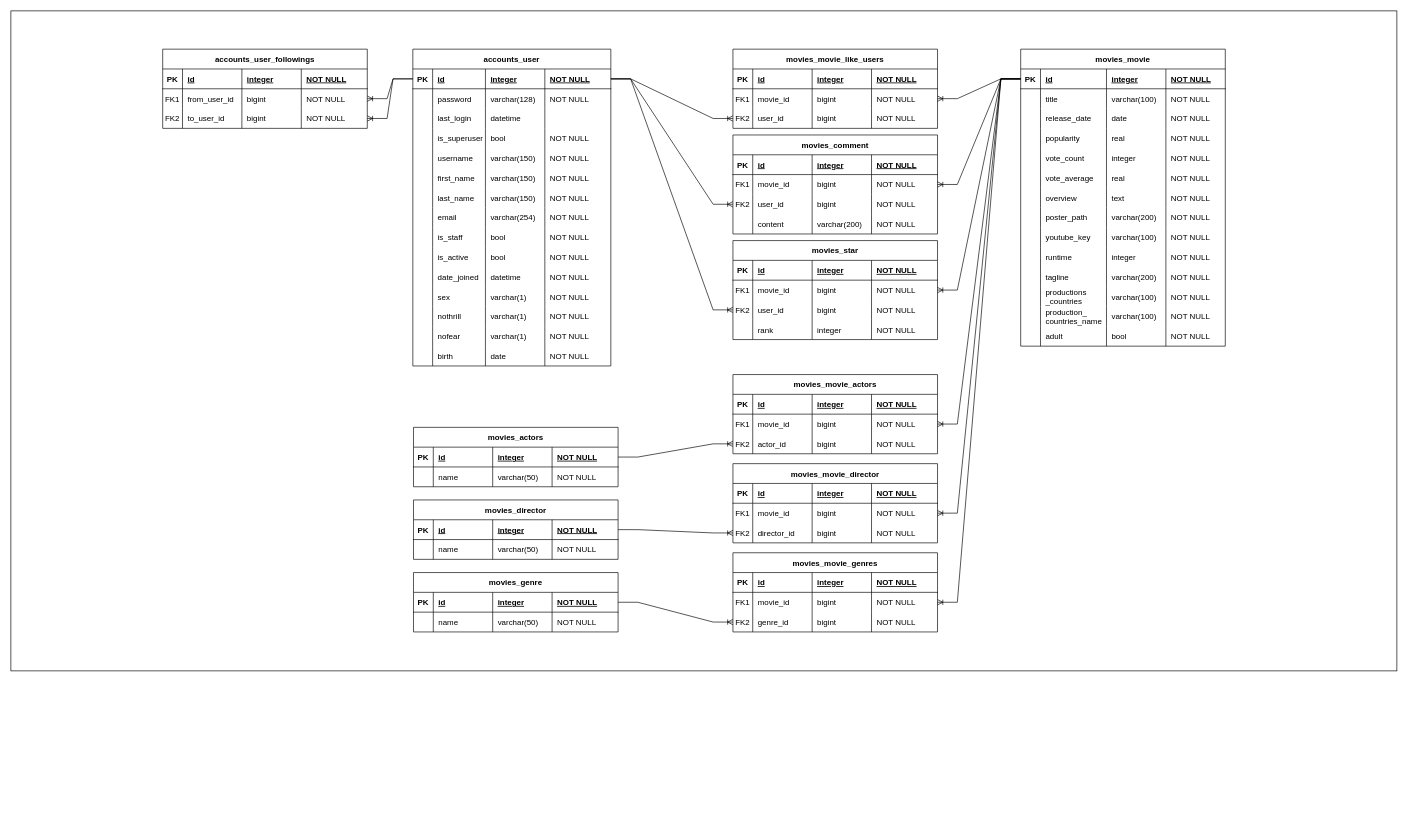
Earlier version of the draw.io diagram README/data/DB structure.drawio (Songkira/Movie). Source tidied: cells renumbered, new cells numbered last; positions are measured from the earlier drawing's top-left corner, leaving out a move shared by most shapes. Both pictures are drawn from the tidied source at 66%, with x=0, y=0 at pixel (11, 11).
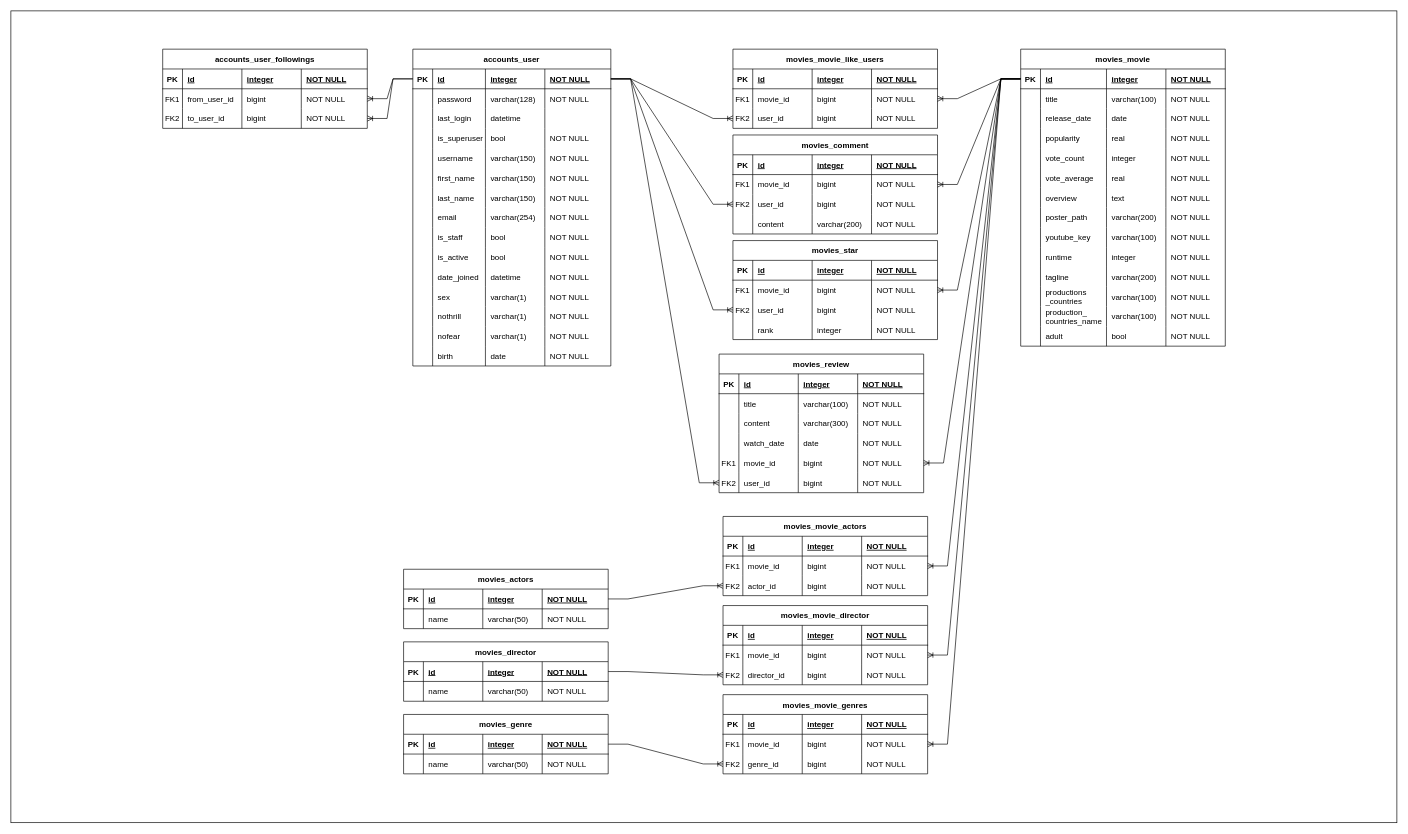
The same diagram, later.

The change refers to these unchanged cells:
```xml
<mxCell id="5" style="shape=tableRow;horizontal=0;startSize=0;swimlaneHead=0;swimlaneBody=0;fillColor=none;points=[[0,0.5],[1,0.5]];portConstraint=eastwest;top=0;left=0;right=0;bottom=1;" parent="4" vertex="1">
  <mxGeometry y="30" width="300" height="30" as="geometry" />
</mxCell>
<mxCell id="97" style="shape=tableRow;horizontal=0;startSize=0;swimlaneHead=0;swimlaneBody=0;fillColor=none;points=[[0,0.5],[1,0.5]];portConstraint=eastwest;top=0;left=0;right=0;bottom=1;" parent="96" vertex="1">
  <mxGeometry y="30" width="310" height="30" as="geometry" />
</mxCell>
```

Diff of the diagram source:
```diff
@@
     <mxCell id="2" style="rounded=0;whiteSpace=wrap;html=1;strokeColor=#000000;fillColor=#FFFFFF;" parent="1" vertex="1">
-      <mxGeometry width="2100" height="1000" as="geometry" />
+      <mxGeometry width="2100" height="1230" as="geometry" />
     </mxCell>
@@
     <mxCell id="167" value="movies_actors" style="shape=table;startSize=30;childLayout=tableLayout;rowLines=0;fontStyle=1;align=center;" parent="1" vertex="1">
-      <mxGeometry x="610" y="631" width="310" height="90" as="geometry" />
+      <mxGeometry x="595" y="846" width="310" height="90" as="geometry" />
     </mxCell>
@@
     <mxCell id="178" value="movies_director" style="shape=table;startSize=30;childLayout=tableLayout;rowLines=0;fontStyle=1;align=center;" parent="1" vertex="1">
-      <mxGeometry x="610" y="741" width="310" height="90" as="geometry" />
+      <mxGeometry x="595" y="956" width="310" height="90" as="geometry" />
     </mxCell>
@@
     <mxCell id="189" value="movies_genre" style="shape=table;startSize=30;childLayout=tableLayout;rowLines=0;fontStyle=1;align=center;" parent="1" vertex="1">
-      <mxGeometry x="610" y="851" width="310" height="90" as="geometry" />
+      <mxGeometry x="595" y="1066" width="310" height="90" as="geometry" />
     </mxCell>
@@
     <mxCell id="242" value="movies_movie_actors" style="shape=table;startSize=30;childLayout=tableLayout;rowLines=0;fontStyle=1;align=center;" parent="1" vertex="1">
-      <mxGeometry x="1094" y="551" width="310" height="120" as="geometry" />
+      <mxGeometry x="1079" y="766" width="310" height="120" as="geometry" />
     </mxCell>
@@
     <mxCell id="258" value="movies_movie_director" style="shape=table;startSize=30;childLayout=tableLayout;rowLines=0;fontStyle=1;align=center;" parent="1" vertex="1">
-      <mxGeometry x="1094" y="686" width="310" height="120" as="geometry" />
+      <mxGeometry x="1079" y="901" width="310" height="120" as="geometry" />
     </mxCell>
@@
     <mxCell id="274" value="movies_movie_genres" style="shape=table;startSize=30;childLayout=tableLayout;rowLines=0;fontStyle=1;align=center;" parent="1" vertex="1">
-      <mxGeometry x="1094" y="821" width="310" height="120" as="geometry" />
+      <mxGeometry x="1079" y="1036" width="310" height="120" as="geometry" />
     </mxCell>
@@
+    <mxCell id="320" value="movies_review" style="shape=table;startSize=30;childLayout=tableLayout;rowLines=0;fontStyle=1;align=center;" parent="1" vertex="1">
+      <mxGeometry x="1073" y="520" width="310" height="210" as="geometry" />
+    </mxCell>
+    <mxCell id="321" style="shape=tableRow;horizontal=0;startSize=0;swimlaneHead=0;swimlaneBody=0;fillColor=none;top=0;left=0;right=0;bottom=1;" parent="320" vertex="1">
+      <mxGeometry y="30" width="310" height="30" as="geometry" />
+    </mxCell>
+    <mxCell id="322" value="PK" style="shape=partialRectangle;fillColor=none;top=0;left=0;bottom=0;right=0;fontStyle=1;overflow=hidden;" parent="321" vertex="1">
+      <mxGeometry width="30" height="30" as="geometry" />
+    </mxCell>
+    <mxCell id="323" value="id" style="shape=partialRectangle;fillColor=none;top=0;left=0;bottom=0;right=0;align=left;spacingLeft=6;fontStyle=5;overflow=hidden;" parent="321" vertex="1">
+      <mxGeometry x="30" width="90" height="30" as="geometry" />
+    </mxCell>
+    <mxCell id="324" value="integer" style="shape=partialRectangle;fillColor=none;top=0;left=0;bottom=0;right=0;align=left;spacingLeft=6;fontStyle=5;overflow=hidden;" parent="321" vertex="1">
+      <mxGeometry x="120" width="90" height="30" as="geometry" />
+    </mxCell>
+    <mxCell id="325" value="NOT NULL" style="shape=partialRectangle;fillColor=none;top=0;left=0;bottom=0;right=0;align=left;spacingLeft=6;fontStyle=5;overflow=hidden;" parent="321" vertex="1">
+      <mxGeometry x="210" width="100" height="30" as="geometry" />
+    </mxCell>
+    <mxCell id="326" style="shape=tableRow;horizontal=0;startSize=0;swimlaneHead=0;swimlaneBody=0;fillColor=none;top=0;left=0;right=0;bottom=0;" parent="320" vertex="1">
+      <mxGeometry y="60" width="310" height="30" as="geometry" />
+    </mxCell>
+    <mxCell id="327" style="shape=partialRectangle;fillColor=none;top=0;left=0;bottom=0;right=0;overflow=hidden;" parent="326" vertex="1">
+      <mxGeometry width="30" height="30" as="geometry" />
+    </mxCell>
+    <mxCell id="328" value="title" style="shape=partialRectangle;fillColor=none;top=0;left=0;bottom=0;right=0;align=left;spacingLeft=6;overflow=hidden;" parent="326" vertex="1">
+      <mxGeometry x="30" width="90" height="30" as="geometry" />
+    </mxCell>
+    <mxCell id="329" value="varchar(100)" style="shape=partialRectangle;fillColor=none;top=0;left=0;bottom=0;right=0;align=left;spacingLeft=6;overflow=hidden;" parent="326" vertex="1">
+      <mxGeometry x="120" width="90" height="30" as="geometry" />
+    </mxCell>
+    <mxCell id="330" value="NOT NULL" style="shape=partialRectangle;fillColor=none;top=0;left=0;bottom=0;right=0;align=left;spacingLeft=6;overflow=hidden;" parent="326" vertex="1">
+      <mxGeometry x="210" width="100" height="30" as="geometry" />
+    </mxCell>
+    <mxCell id="331" style="shape=tableRow;horizontal=0;startSize=0;swimlaneHead=0;swimlaneBody=0;fillColor=none;top=0;left=0;right=0;bottom=0;" parent="320" vertex="1">
+      <mxGeometry y="90" width="310" height="30" as="geometry" />
+    </mxCell>
+    <mxCell id="332" style="shape=partialRectangle;fillColor=none;top=0;left=0;bottom=0;right=0;overflow=hidden;" parent="331" vertex="1">
+      <mxGeometry width="30" height="30" as="geometry" />
+    </mxCell>
+    <mxCell id="333" value="content" style="shape=partialRectangle;fillColor=none;top=0;left=0;bottom=0;right=0;align=left;spacingLeft=6;overflow=hidden;" parent="331" vertex="1">
+      <mxGeometry x="30" width="90" height="30" as="geometry" />
+    </mxCell>
+    <mxCell id="334" value="varchar(300)" style="shape=partialRectangle;fillColor=none;top=0;left=0;bottom=0;right=0;align=left;spacingLeft=6;overflow=hidden;" parent="331" vertex="1">
+      <mxGeometry x="120" width="90" height="30" as="geometry" />
+    </mxCell>
+    <mxCell id="335" value="NOT NULL" style="shape=partialRectangle;fillColor=none;top=0;left=0;bottom=0;right=0;align=left;spacingLeft=6;overflow=hidden;" parent="331" vertex="1">
+      <mxGeometry x="210" width="100" height="30" as="geometry" />
+    </mxCell>
+    <mxCell id="336" style="shape=tableRow;horizontal=0;startSize=0;swimlaneHead=0;swimlaneBody=0;fillColor=none;top=0;left=0;right=0;bottom=0;" parent="320" vertex="1">
+      <mxGeometry y="120" width="310" height="30" as="geometry" />
+    </mxCell>
+    <mxCell id="337" style="shape=partialRectangle;fillColor=none;top=0;left=0;bottom=0;right=0;overflow=hidden;" parent="336" vertex="1">
+      <mxGeometry width="30" height="30" as="geometry" />
+    </mxCell>
+    <mxCell id="338" value="watch_date" style="shape=partialRectangle;fillColor=none;top=0;left=0;bottom=0;right=0;align=left;spacingLeft=6;overflow=hidden;" parent="336" vertex="1">
+      <mxGeometry x="30" width="90" height="30" as="geometry" />
+    </mxCell>
+    <mxCell id="339" value="date" style="shape=partialRectangle;fillColor=none;top=0;left=0;bottom=0;right=0;align=left;spacingLeft=6;overflow=hidden;" parent="336" vertex="1">
+      <mxGeometry x="120" width="90" height="30" as="geometry" />
+    </mxCell>
+    <mxCell id="340" value="NOT NULL" style="shape=partialRectangle;fillColor=none;top=0;left=0;bottom=0;right=0;align=left;spacingLeft=6;overflow=hidden;" parent="336" vertex="1">
+      <mxGeometry x="210" width="100" height="30" as="geometry" />
+    </mxCell>
+    <mxCell id="341" style="shape=tableRow;horizontal=0;startSize=0;swimlaneHead=0;swimlaneBody=0;fillColor=none;points=[[0,0.5],[1,0.5]];portConstraint=eastwest;top=0;left=0;right=0;bottom=0;" parent="320" vertex="1">
+      <mxGeometry y="150" width="310" height="30" as="geometry" />
+    </mxCell>
+    <mxCell id="342" value="FK1" style="shape=partialRectangle;fillColor=none;top=0;left=0;bottom=0;right=0;overflow=hidden;" parent="341" vertex="1">
+      <mxGeometry width="30" height="30" as="geometry" />
+    </mxCell>
+    <mxCell id="343" value="movie_id" style="shape=partialRectangle;fillColor=none;top=0;left=0;bottom=0;right=0;align=left;spacingLeft=6;overflow=hidden;" parent="341" vertex="1">
+      <mxGeometry x="30" width="90" height="30" as="geometry" />
+    </mxCell>
+    <mxCell id="344" value="bigint" style="shape=partialRectangle;fillColor=none;top=0;left=0;bottom=0;right=0;align=left;spacingLeft=6;overflow=hidden;" parent="341" vertex="1">
+      <mxGeometry x="120" width="90" height="30" as="geometry" />
+    </mxCell>
+    <mxCell id="345" value="NOT NULL" style="shape=partialRectangle;fillColor=none;top=0;left=0;bottom=0;right=0;align=left;spacingLeft=6;overflow=hidden;" parent="341" vertex="1">
+      <mxGeometry x="210" width="100" height="30" as="geometry" />
+    </mxCell>
+    <mxCell id="346" style="shape=tableRow;horizontal=0;startSize=0;swimlaneHead=0;swimlaneBody=0;fillColor=none;points=[[0,0.5],[1,0.5]];portConstraint=eastwest;top=0;left=0;right=0;bottom=0;" parent="320" vertex="1">
+      <mxGeometry y="180" width="310" height="30" as="geometry" />
+    </mxCell>
+    <mxCell id="347" value="FK2" style="shape=partialRectangle;fillColor=none;top=0;left=0;bottom=0;right=0;overflow=hidden;" parent="346" vertex="1">
+      <mxGeometry width="30" height="30" as="geometry" />
+    </mxCell>
+    <mxCell id="348" value="user_id" style="shape=partialRectangle;fillColor=none;top=0;left=0;bottom=0;right=0;align=left;spacingLeft=6;overflow=hidden;" parent="346" vertex="1">
+      <mxGeometry x="30" width="90" height="30" as="geometry" />
+    </mxCell>
+    <mxCell id="349" value="bigint" style="shape=partialRectangle;fillColor=none;top=0;left=0;bottom=0;right=0;align=left;spacingLeft=6;overflow=hidden;" parent="346" vertex="1">
+      <mxGeometry x="120" width="90" height="30" as="geometry" />
+    </mxCell>
+    <mxCell id="350" value="NOT NULL" style="shape=partialRectangle;fillColor=none;top=0;left=0;bottom=0;right=0;align=left;spacingLeft=6;overflow=hidden;" parent="346" vertex="1">
+      <mxGeometry x="210" width="100" height="30" as="geometry" />
+    </mxCell>
+    <mxCell id="351" style="edgeStyle=entityRelationEdgeStyle;fontSize=12;html=1;endArrow=ERoneToMany;rounded=0;entryX=1;entryY=0.5;entryDx=0;entryDy=0;exitX=0;exitY=0.5;exitDx=0;exitDy=0;" parent="1" edge="1" source="97" target="341">
+      <mxGeometry relative="1" as="geometry" />
+    </mxCell>
+    <mxCell id="352" style="edgeStyle=entityRelationEdgeStyle;fontSize=12;html=1;endArrow=ERoneToMany;rounded=0;entryX=0;entryY=0.5;entryDx=0;entryDy=0;exitX=1;exitY=0.5;exitDx=0;exitDy=0;" parent="1" edge="1" source="5" target="346">
+      <mxGeometry relative="1" as="geometry" />
+    </mxCell>
```
